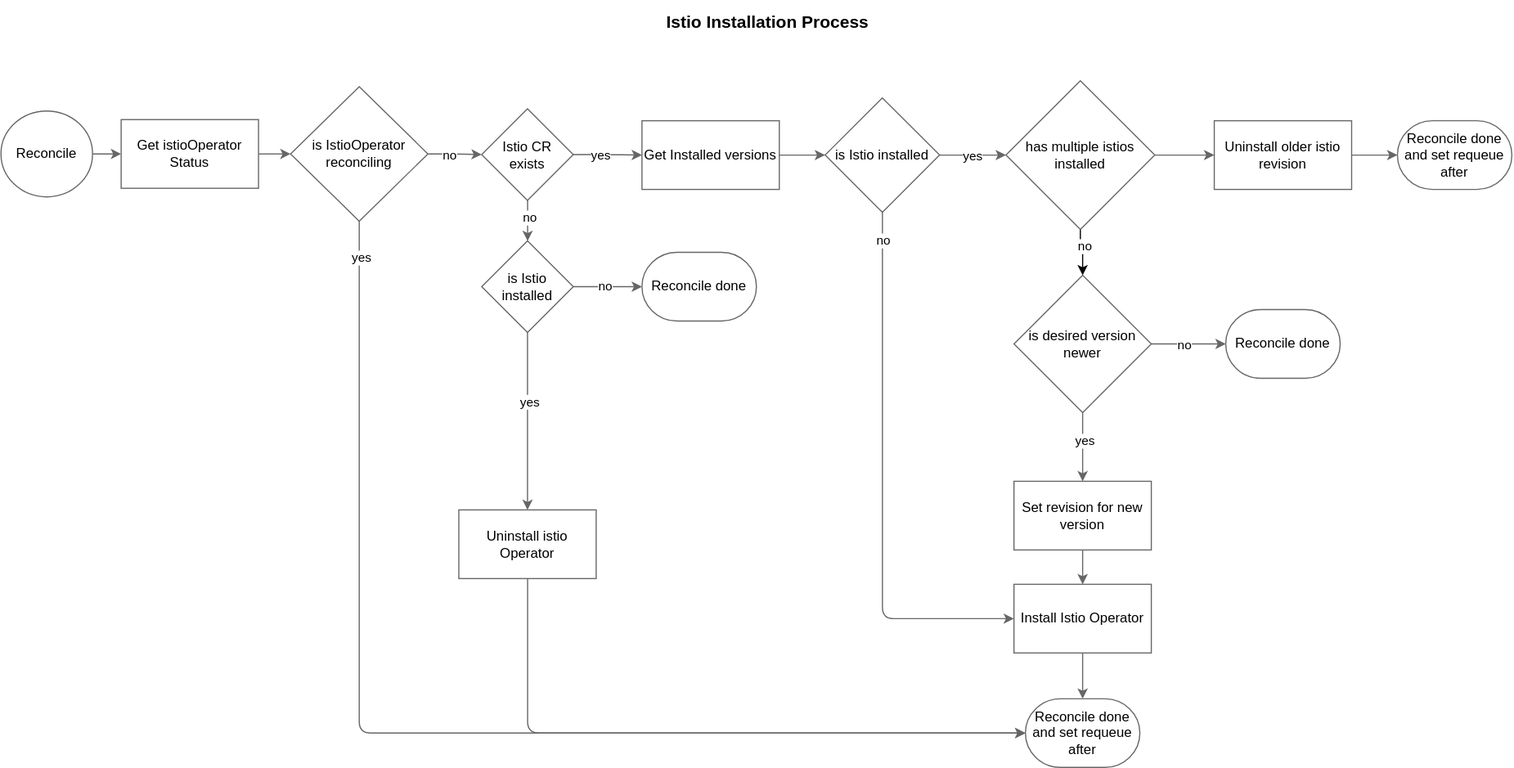
Before: docs/assets/istio-installation-reconciliation.svg, a diagram exported from draw.io (kyma-project/istio). Source tidied: cells renumbered, new cells last; positions are measured from the earlier drawing's top-left corner, leaving out a move shared by most shapes.
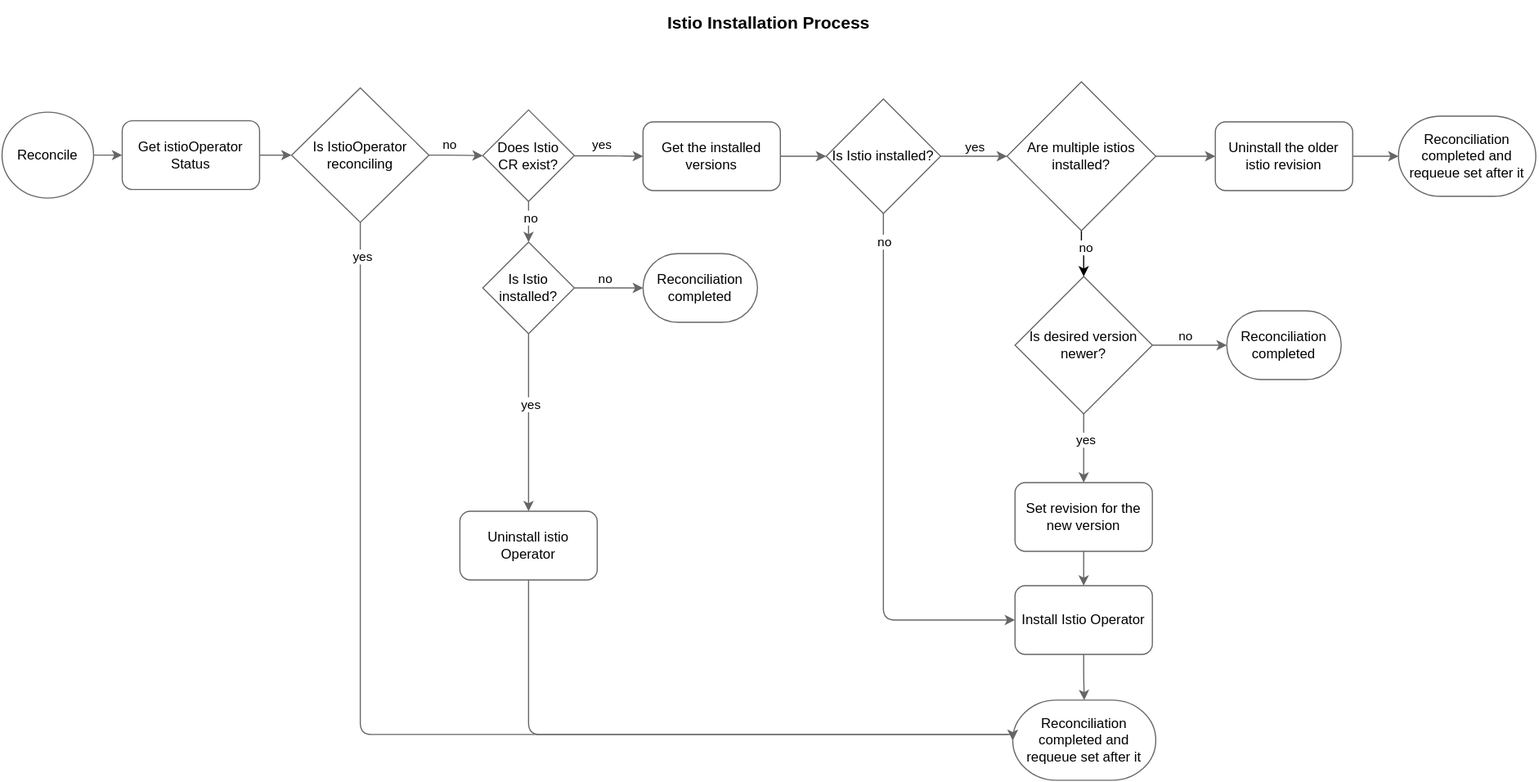
After the commit.

Commit message:
improve diagram

Change to the diagram source:
```diff
@@ -16,7 +16,7 @@
     </mxCell>
     <mxCell id="6" value="yes" style="edgeLabel;html=1;align=center;verticalAlign=middle;" parent="5" vertex="1">
       <mxGeometry x="-0.47" relative="1" as="geometry">
-        <mxPoint x="14" as="offset" />
+        <mxPoint x="14" y="-9" as="offset" />
       </mxGeometry>
     </mxCell>
     <mxCell id="7" style="edgeStyle=orthogonalEdgeStyle;rounded=1;jettySize=auto;html=1;entryX=0;entryY=0.5;entryDx=0;entryDy=0;strokeColor=#666666;" parent="1" edge="1" source="9" target="16">
@@ -31,7 +31,7 @@
         <mxPoint y="-81" as="offset" />
       </mxGeometry>
     </mxCell>
-    <mxCell id="9" value="is Istio installed" style="strokeWidth=1;html=1;shape=mxgraph.flowchart.decision;whiteSpace=wrap;strokeColor=#666666;" parent="1" vertex="1">
+    <mxCell id="9" value="Is Istio installed?" style="strokeWidth=1;html=1;shape=mxgraph.flowchart.decision;whiteSpace=wrap;strokeColor=#666666;" parent="1" vertex="1">
       <mxGeometry x="720" y="75" width="100" height="100" as="geometry" />
     </mxCell>
     <mxCell id="10" style="edgeStyle=orthogonalEdgeStyle;rounded=1;jettySize=auto;html=1;strokeColor=#666666;" parent="1" edge="1" source="14" target="21">
@@ -45,34 +45,34 @@
     </mxCell>
     <mxCell id="13" value="no" style="edgeLabel;html=1;align=center;verticalAlign=middle;" parent="12" vertex="1">
       <mxGeometry x="-0.31" y="-1" relative="1" as="geometry">
-        <mxPoint x="6" y="-1" as="offset" />
+        <mxPoint x="6" y="-10" as="offset" />
       </mxGeometry>
     </mxCell>
-    <mxCell id="14" value="is desired version newer" style="strokeWidth=1;html=1;shape=mxgraph.flowchart.decision;whiteSpace=wrap;strokeColor=#666666;" parent="1" vertex="1">
+    <mxCell id="14" value="Is desired version newer?" style="strokeWidth=1;html=1;shape=mxgraph.flowchart.decision;whiteSpace=wrap;strokeColor=#666666;" parent="1" vertex="1">
       <mxGeometry x="885" y="230" width="120" height="120" as="geometry" />
     </mxCell>
     <mxCell id="15" style="edgeStyle=orthogonalEdgeStyle;rounded=1;jettySize=auto;html=1;entryX=0.5;entryY=0;entryDx=0;entryDy=0;entryPerimeter=0;strokeColor=#666666;" parent="1" edge="1" source="16" target="17">
       <mxGeometry relative="1" as="geometry" />
     </mxCell>
-    <mxCell id="16" value="Install Istio Operator" style="whiteSpace=wrap;html=1;strokeWidth=1;strokeColor=#666666;" parent="1" vertex="1">
+    <mxCell id="16" value="Install Istio Operator" style="whiteSpace=wrap;html=1;strokeWidth=1;strokeColor=#666666;rounded=1;" parent="1" vertex="1">
       <mxGeometry x="885" y="500" width="120" height="60" as="geometry" />
     </mxCell>
-    <mxCell id="17" value="Reconcile done and set requeue after" style="strokeWidth=1;html=1;shape=mxgraph.flowchart.terminator;whiteSpace=wrap;strokeColor=#666666;" parent="1" vertex="1">
-      <mxGeometry x="895" y="600" width="100" height="60" as="geometry" />
+    <mxCell id="17" value="Reconciliation completed&amp;nbsp;and requeue set after it" style="strokeWidth=1;html=1;shape=mxgraph.flowchart.terminator;whiteSpace=wrap;strokeColor=#666666;" parent="1" vertex="1">
+      <mxGeometry x="883" y="600" width="125" height="70" as="geometry" />
     </mxCell>
     <mxCell id="18" style="edgeStyle=orthogonalEdgeStyle;rounded=1;jettySize=auto;html=1;entryX=0;entryY=0.5;entryDx=0;entryDy=0;entryPerimeter=0;strokeColor=#666666;" parent="1" edge="1" source="19" target="9">
       <mxGeometry relative="1" as="geometry" />
     </mxCell>
-    <mxCell id="19" value="Get Installed versions" style="whiteSpace=wrap;html=1;strokeWidth=1;strokeColor=#666666;" parent="1" vertex="1">
+    <mxCell id="19" value="Get the installed &lt;br&gt;versions" style="whiteSpace=wrap;html=1;strokeWidth=1;strokeColor=#666666;rounded=1;fontSize=12;" parent="1" vertex="1">
       <mxGeometry x="560" y="95" width="120" height="60" as="geometry" />
     </mxCell>
     <mxCell id="20" style="edgeStyle=orthogonalEdgeStyle;rounded=1;jettySize=auto;html=1;entryX=0.5;entryY=0;entryDx=0;entryDy=0;strokeColor=#666666;" parent="1" edge="1" source="21" target="16">
       <mxGeometry relative="1" as="geometry" />
     </mxCell>
-    <mxCell id="21" value="Set revision for new version" style="whiteSpace=wrap;html=1;strokeWidth=1;strokeColor=#666666;" parent="1" vertex="1">
+    <mxCell id="21" value="Set revision for the new version" style="whiteSpace=wrap;html=1;strokeWidth=1;strokeColor=#666666;rounded=1;" parent="1" vertex="1">
       <mxGeometry x="885" y="410" width="120" height="60" as="geometry" />
     </mxCell>
-    <mxCell id="22" value="Reconcile done" style="strokeWidth=1;html=1;shape=mxgraph.flowchart.terminator;whiteSpace=wrap;strokeColor=#666666;" parent="1" vertex="1">
+    <mxCell id="22" value="Reconciliation completed" style="strokeWidth=1;html=1;shape=mxgraph.flowchart.terminator;whiteSpace=wrap;strokeColor=#666666;" parent="1" vertex="1">
       <mxGeometry x="1070" y="260" width="100" height="60" as="geometry" />
     </mxCell>
     <mxCell id="23" style="edgeStyle=orthogonalEdgeStyle;rounded=0;jettySize=auto;html=1;entryX=0.5;entryY=0;entryDx=0;entryDy=0;entryPerimeter=0;" parent="1" edge="1" source="26" target="14">
@@ -84,7 +84,7 @@
     <mxCell id="25" style="edgeStyle=orthogonalEdgeStyle;rounded=1;jettySize=auto;html=1;exitX=1;exitY=0.5;exitDx=0;exitDy=0;exitPerimeter=0;entryX=0;entryY=0.5;entryDx=0;entryDy=0;strokeColor=#666666;" parent="1" edge="1" source="26" target="35">
       <mxGeometry relative="1" as="geometry" />
     </mxCell>
-    <mxCell id="26" value="has multiple istios installed" style="strokeWidth=1;html=1;shape=mxgraph.flowchart.decision;whiteSpace=wrap;strokeColor=#666666;" parent="1" vertex="1">
+    <mxCell id="26" value="Are multiple istios installed?" style="strokeWidth=1;html=1;shape=mxgraph.flowchart.decision;whiteSpace=wrap;strokeColor=#666666;" parent="1" vertex="1">
       <mxGeometry x="878" y="60" width="130" height="130" as="geometry" />
     </mxCell>
     <mxCell id="27" style="edgeStyle=orthogonalEdgeStyle;rounded=1;jettySize=auto;html=1;entryX=0;entryY=0.5;entryDx=0;entryDy=0;strokeColor=#666666;" parent="1" edge="1" source="31" target="41">
@@ -92,7 +92,7 @@
     </mxCell>
     <mxCell id="28" value="no" style="edgeLabel;html=1;align=center;verticalAlign=middle;" parent="27" vertex="1">
       <mxGeometry x="-0.24" y="-2" relative="1" as="geometry">
-        <mxPoint y="-2" as="offset" />
+        <mxPoint y="-12" as="offset" />
       </mxGeometry>
     </mxCell>
     <mxCell id="29" style="edgeStyle=orthogonalEdgeStyle;rounded=1;jettySize=auto;html=1;entryX=0;entryY=0.5;entryDx=0;entryDy=0;entryPerimeter=0;strokeColor=#666666;" parent="1" edge="1" source="31" target="17">
@@ -105,23 +105,23 @@
     <mxCell id="30" value="yes" style="edgeLabel;html=1;align=center;verticalAlign=middle;" parent="29" vertex="1">
       <mxGeometry x="-0.94" y="1" relative="1" as="geometry" />
     </mxCell>
-    <mxCell id="31" value="is IstioOperator reconciling" style="strokeWidth=1;html=1;shape=mxgraph.flowchart.decision;whiteSpace=wrap;strokeColor=#666666;" parent="1" vertex="1">
+    <mxCell id="31" value="Is IstioOperator reconciling" style="strokeWidth=1;html=1;shape=mxgraph.flowchart.decision;whiteSpace=wrap;strokeColor=#666666;" parent="1" vertex="1">
       <mxGeometry x="253" y="65.2" width="120" height="117.5" as="geometry" />
     </mxCell>
     <mxCell id="32" style="edgeStyle=orthogonalEdgeStyle;rounded=1;jettySize=auto;html=1;exitX=1;exitY=0.5;exitDx=0;exitDy=0;strokeColor=#666666;" parent="1" edge="1" source="33" target="31">
       <mxGeometry relative="1" as="geometry" />
     </mxCell>
-    <mxCell id="33" value="Get istioOperator Status" style="whiteSpace=wrap;html=1;strokeWidth=1;strokeColor=#666666;" parent="1" vertex="1">
+    <mxCell id="33" value="Get istioOperator Status" style="whiteSpace=wrap;html=1;strokeWidth=1;strokeColor=#666666;rounded=1;" parent="1" vertex="1">
       <mxGeometry x="105" y="94" width="120" height="60" as="geometry" />
     </mxCell>
     <mxCell id="34" style="edgeStyle=orthogonalEdgeStyle;rounded=1;jettySize=auto;html=1;entryX=0;entryY=0.5;entryDx=0;entryDy=0;entryPerimeter=0;strokeColor=#666666;" parent="1" edge="1" source="35" target="36">
       <mxGeometry relative="1" as="geometry" />
     </mxCell>
-    <mxCell id="35" value="Uninstall older istio revision" style="whiteSpace=wrap;html=1;strokeWidth=1;strokeColor=#666666;" parent="1" vertex="1">
+    <mxCell id="35" value="Uninstall the older istio revision" style="whiteSpace=wrap;html=1;strokeWidth=1;strokeColor=#666666;rounded=1;" parent="1" vertex="1">
       <mxGeometry x="1060" y="95" width="120" height="60" as="geometry" />
     </mxCell>
-    <mxCell id="36" value="Reconcile done and set requeue after" style="strokeWidth=1;html=1;shape=mxgraph.flowchart.terminator;whiteSpace=wrap;strokeColor=#666666;" parent="1" vertex="1">
-      <mxGeometry x="1220" y="95" width="100" height="60" as="geometry" />
+    <mxCell id="36" value="Reconciliation completed&amp;nbsp;and requeue set after it" style="strokeWidth=1;html=1;shape=mxgraph.flowchart.terminator;whiteSpace=wrap;strokeColor=#666666;spacing=5;" parent="1" vertex="1">
+      <mxGeometry x="1220" y="90" width="120" height="70" as="geometry" />
     </mxCell>
     <mxCell id="37" style="edgeStyle=orthogonalEdgeStyle;rounded=1;jettySize=auto;html=1;strokeColor=#666666;" parent="1" edge="1" source="41" target="46">
       <mxGeometry relative="1" as="geometry" />
@@ -134,10 +134,10 @@
     </mxCell>
     <mxCell id="40" value="yes" style="edgeLabel;html=1;align=center;verticalAlign=middle;" parent="39" vertex="1">
       <mxGeometry x="-0.75" relative="1" as="geometry">
-        <mxPoint x="16" as="offset" />
+        <mxPoint x="16" y="-10" as="offset" />
       </mxGeometry>
     </mxCell>
-    <mxCell id="41" value="Istio CR &lt;br&gt;exists" style="rhombus;whiteSpace=wrap;html=1;strokeColor=#666666;strokeWidth=1;" parent="1" vertex="1">
+    <mxCell id="41" value="Does Istio &lt;br&gt;CR exist?" style="rhombus;whiteSpace=wrap;html=1;strokeColor=#666666;strokeWidth=1;" parent="1" vertex="1">
       <mxGeometry x="420" y="84.5" width="80" height="80" as="geometry" />
     </mxCell>
     <mxCell id="42" style="edgeStyle=orthogonalEdgeStyle;rounded=1;jettySize=auto;html=1;exitX=0.5;exitY=1;exitDx=0;exitDy=0;strokeColor=#666666;" parent="1" edge="1" source="46" target="49">
@@ -151,13 +151,13 @@
     </mxCell>
     <mxCell id="45" value="no" style="edgeLabel;html=1;align=center;verticalAlign=middle;" parent="44" vertex="1">
       <mxGeometry x="-0.21" relative="1" as="geometry">
-        <mxPoint x="3" y="-1" as="offset" />
+        <mxPoint x="3" y="-9" as="offset" />
       </mxGeometry>
     </mxCell>
-    <mxCell id="46" value="is Istio installed" style="rhombus;whiteSpace=wrap;html=1;strokeColor=#666666;strokeWidth=1;" parent="1" vertex="1">
+    <mxCell id="46" value="Is Istio installed?" style="rhombus;whiteSpace=wrap;html=1;strokeColor=#666666;strokeWidth=1;" parent="1" vertex="1">
       <mxGeometry x="420" y="200" width="80" height="80" as="geometry" />
     </mxCell>
-    <mxCell id="47" value="Reconcile done" style="strokeWidth=1;html=1;shape=mxgraph.flowchart.terminator;whiteSpace=wrap;strokeColor=#666666;" parent="1" vertex="1">
+    <mxCell id="47" value="Reconciliation completed" style="strokeWidth=1;html=1;shape=mxgraph.flowchart.terminator;whiteSpace=wrap;strokeColor=#666666;" parent="1" vertex="1">
       <mxGeometry x="560" y="210" width="100" height="60" as="geometry" />
     </mxCell>
     <mxCell id="48" style="edgeStyle=orthogonalEdgeStyle;rounded=1;jettySize=auto;html=1;entryX=0;entryY=0.5;entryDx=0;entryDy=0;entryPerimeter=0;strokeColor=#666666;" parent="1" edge="1" source="49" target="17">
@@ -167,7 +167,7 @@
         </Array>
       </mxGeometry>
     </mxCell>
-    <mxCell id="49" value="Uninstall istio Operator" style="whiteSpace=wrap;html=1;strokeColor=#666666;strokeWidth=1;" parent="1" vertex="1">
+    <mxCell id="49" value="Uninstall istio Operator" style="whiteSpace=wrap;html=1;strokeColor=#666666;strokeWidth=1;rounded=1;" parent="1" vertex="1">
       <mxGeometry x="400" y="435" width="120" height="60" as="geometry" />
     </mxCell>
   </root>
```
